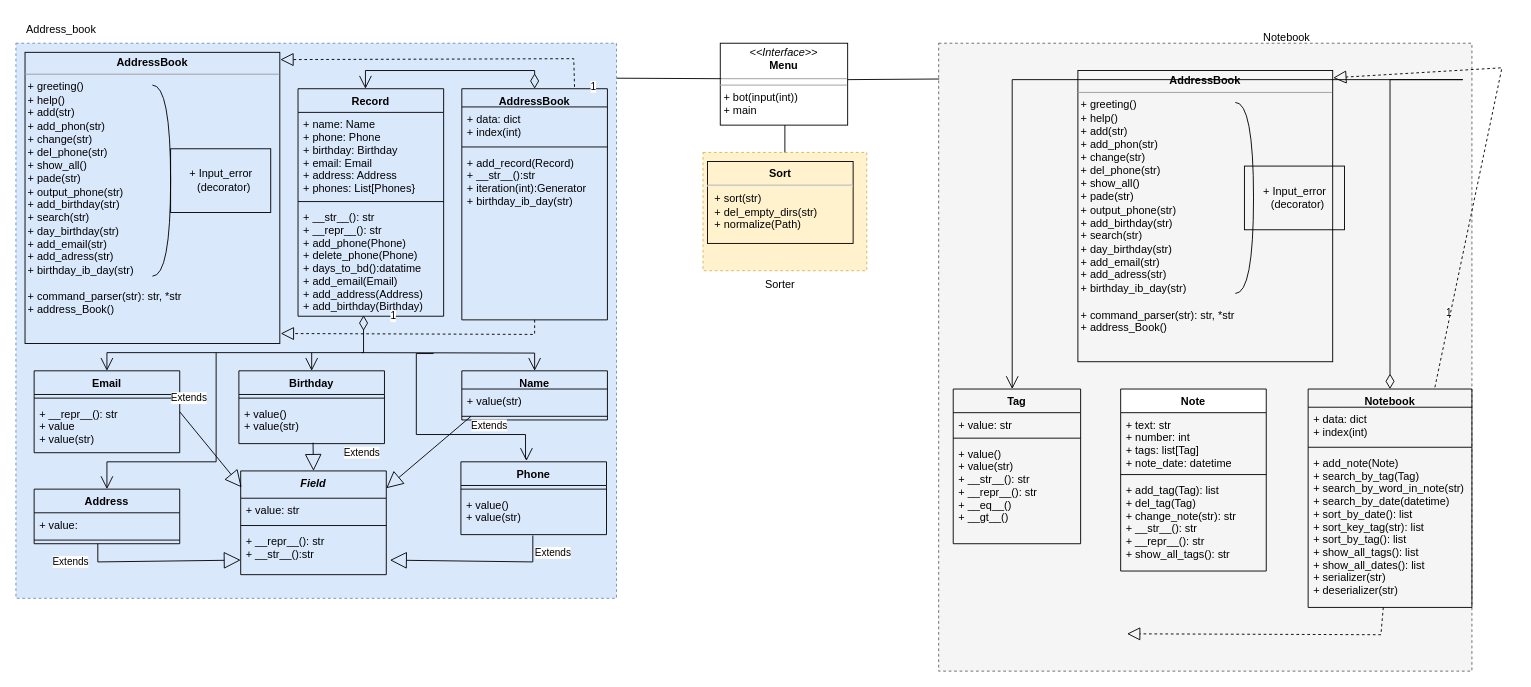
The draw.io diagram Диаграмма без названия.drawio in shevtania/Project, before the edit. Source tidied: cells renumbered, new cells numbered last; positions are measured from the earlier drawing's top-left corner, leaving out a move shared by most shapes. Both pictures are drawn from the tidied source at 91%, with x=0, y=0 at pixel (15, 15).
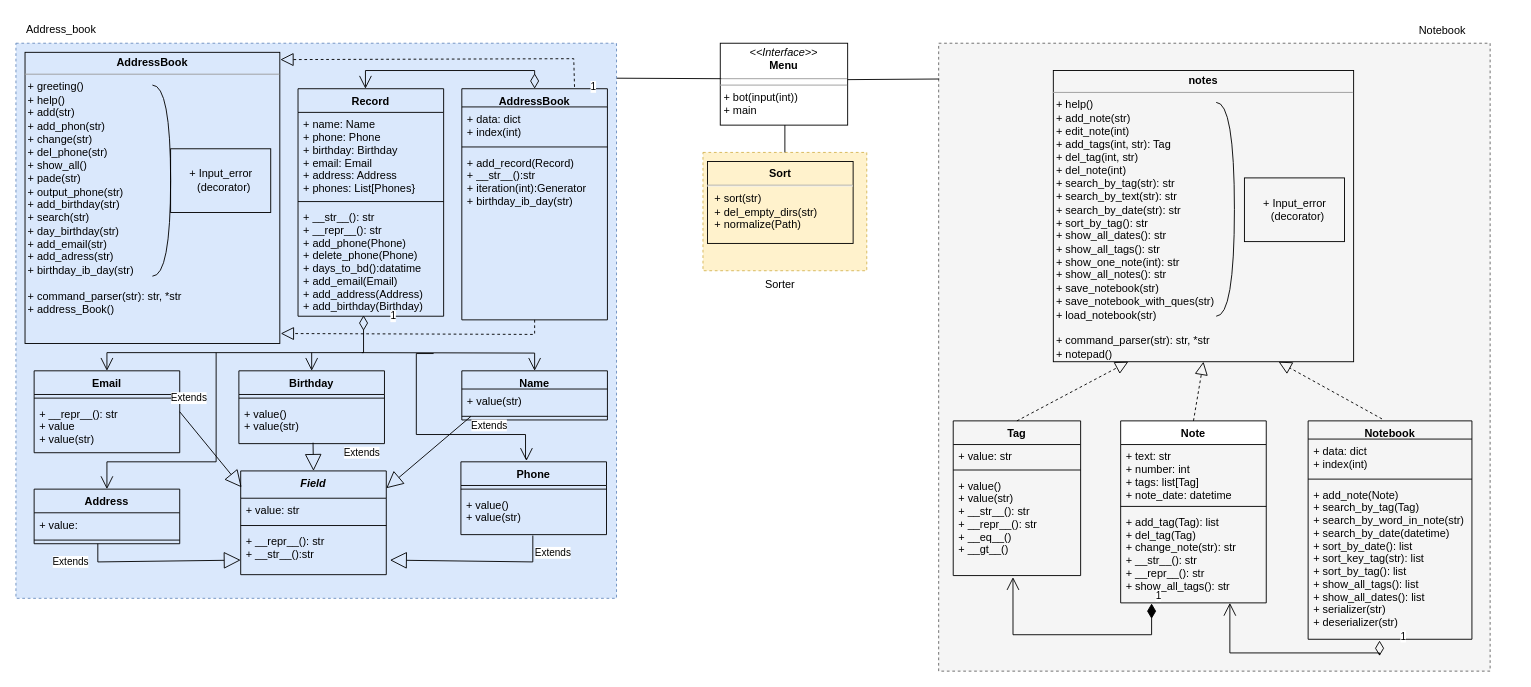
Above is the later version.

The change refers to these unchanged cells:
```xml
<mxCell id="60" value="+ value()&#10;+ value(str)&#10;+ __str__(): str&#10;+ __repr__(): str&#10;+ __eq__()&#10;+ __gt__()&#10;&#10;&#10;" style="text;strokeColor=none;fillColor=none;align=left;verticalAlign=top;spacingLeft=4;spacingRight=4;overflow=hidden;points=[[0,0.5],[1,0.5]];portConstraint=eastwest;" parent="57" vertex="1">
  <mxGeometry y="58" width="140" height="112" as="geometry" />
</mxCell>
<mxCell id="64" value="+ add_note(Note)&#10;+ search_by_tag(Tag)&#10;+ search_by_word_in_note(str)&#10;+ search_by_date(datetime)&#10;+ sort_by_date(): list&#10;+ sort_key_tag(str): list&#10;+ sort_by_tag(): list&#10;+ show_all_tags(): list&#10;+ show_all_dates(): list&#10;+ serializer(str)&#10;+ deserializer(str)&#10;" style="text;strokeColor=none;fillColor=none;align=left;verticalAlign=top;spacingLeft=4;spacingRight=4;overflow=hidden;points=[[0,0.5],[1,0.5]];portConstraint=eastwest;" parent="61" vertex="1">
  <mxGeometry y="68" width="180" height="172" as="geometry" />
</mxCell>
```

The edit, as a diff of the source:
```diff
@@
     <mxCell id="4" style="html=1;dashed=1;fillColor=#f5f5f5;fontColor=#333333;strokeColor=#666666;" parent="1" vertex="1">
-      <mxGeometry x="1014" y="30" width="586" height="690" as="geometry" />
+      <mxGeometry x="1014" y="30" width="606" height="690" as="geometry" />
     </mxCell>
@@
-    <mxCell id="54" value="&lt;p style=&quot;margin:0px;margin-top:4px;text-align:center;&quot;&gt;&lt;b&gt;AddressBook&lt;/b&gt;&lt;br&gt;&lt;/p&gt;&lt;hr size=&quot;1&quot;&gt;&lt;div&gt;&amp;nbsp;+ greeting()&lt;/div&gt;&lt;div&gt;&amp;nbsp;+ help()&lt;/div&gt;&lt;div&gt;&amp;nbsp;+ add(str)&lt;/div&gt;&lt;div&gt;&amp;nbsp;+ add_phon(str)&lt;/div&gt;&lt;div&gt;&amp;nbsp;+ change(str)&lt;/div&gt;&lt;div&gt;&amp;nbsp;+ del_phone(str)&lt;/div&gt;&lt;div&gt;&amp;nbsp;+ show_all()&lt;/div&gt;&lt;div&gt;&amp;nbsp;+ pade(str)&lt;/div&gt;&lt;div&gt;&amp;nbsp;+ output_phone(str)&lt;/div&gt;&lt;div&gt;&amp;nbsp;+ add_birthday(str)&lt;/div&gt;&lt;div&gt;&amp;nbsp;+ search(str)&lt;/div&gt;&lt;div&gt;&amp;nbsp;+ day_birthday(str)&lt;/div&gt;&lt;div&gt;&amp;nbsp;+ add_email(str)&lt;/div&gt;&lt;div&gt;&amp;nbsp;+ add_adress(str)&lt;/div&gt;&lt;div&gt;&amp;nbsp;+ birthday_ib_day(str)&lt;/div&gt;&lt;div&gt;&lt;br&gt;&lt;/div&gt;&lt;div&gt;&amp;nbsp;+ command_parser(str): str, *str&lt;/div&gt;&lt;div&gt;&amp;nbsp;+ address_Book()&lt;br&gt;&lt;/div&gt;&lt;div&gt;&lt;br&gt;&lt;/div&gt;&lt;div&gt;&lt;br&gt;&lt;/div&gt;" style="verticalAlign=top;align=left;overflow=fill;fontSize=12;fontFamily=Helvetica;html=1;fillColor=none;" parent="1" vertex="1">
-      <mxGeometry x="1167" y="60" width="280" height="320" as="geometry" />
+    <mxCell id="54" value="&lt;p style=&quot;margin:0px;margin-top:4px;text-align:center;&quot;&gt;&lt;b&gt;notes&lt;/b&gt;&lt;br&gt;&lt;/p&gt;&lt;hr size=&quot;1&quot;&gt;&lt;div&gt;&amp;nbsp;+ help()&lt;/div&gt;&lt;div&gt;&amp;nbsp;+ add_note(str)&lt;/div&gt;&lt;div&gt;&amp;nbsp;+ edit_note(int)&lt;br&gt;&lt;/div&gt;&lt;div&gt;&amp;nbsp;+ add_tags(int, str): Tag&lt;br&gt;&lt;/div&gt;&lt;div&gt;&amp;nbsp;+ del_tag(int, str)&lt;/div&gt;&lt;div&gt;&amp;nbsp;+ del_note(int)&lt;br&gt;&lt;/div&gt;&lt;div&gt;&amp;nbsp;+ search_by_tag(str): str&lt;br&gt;&lt;/div&gt;&lt;div&gt;&amp;nbsp;+ search_by_text(str): str&lt;br&gt;&lt;/div&gt;&lt;div&gt;&amp;nbsp;+ search_by_date(str): str&lt;br&gt;&lt;/div&gt;&lt;div&gt;&amp;nbsp;+ sort_by_tag(): str&lt;br&gt;&lt;/div&gt;&lt;div&gt;&amp;nbsp;+ show_all_dates(): str&lt;br&gt;&lt;/div&gt;&lt;div&gt;&amp;nbsp;+ show_all_tags(): str&lt;br&gt;&lt;/div&gt;&lt;div&gt;&amp;nbsp;+ show_one_note(int): str&lt;/div&gt;&lt;div&gt;&amp;nbsp;+ show_all_notes(): str&lt;br&gt;&lt;/div&gt;&lt;div&gt;&amp;nbsp;+ save_notebook(str)&lt;/div&gt;&lt;div&gt;&amp;nbsp;+ save_notebook_with_ques(str)&lt;/div&gt;&lt;div&gt;&amp;nbsp;+ load_notebook(str)&lt;/div&gt;&lt;div&gt;&lt;br&gt;&lt;/div&gt;&lt;div&gt;&amp;nbsp;+ command_parser(str): str, *str&lt;/div&gt;&lt;div&gt;&amp;nbsp;+ notepad()&lt;br&gt;&lt;/div&gt;&lt;div&gt;&lt;br&gt;&lt;/div&gt;&lt;div&gt;&lt;br&gt;&lt;/div&gt;" style="verticalAlign=top;align=left;overflow=fill;fontSize=12;fontFamily=Helvetica;html=1;fillColor=none;" parent="1" vertex="1">
+      <mxGeometry x="1140" y="60" width="330" height="320" as="geometry" />
     </mxCell>
     <mxCell id="55" value="&lt;div&gt;+ Input_error&lt;/div&gt;&lt;div&gt;&amp;nbsp; (decorator)&lt;/div&gt;" style="html=1;fillColor=none;" parent="1" vertex="1">
-      <mxGeometry x="1350" y="165" width="110" height="70" as="geometry" />
+      <mxGeometry x="1350" y="178" width="110" height="70" as="geometry" />
     </mxCell>
     <mxCell id="56" style="shape=requiredInterface;html=1;verticalLabelPosition=bottom;sketch=0;fillColor=none;" parent="1" vertex="1">
-      <mxGeometry x="1340" y="95" width="20" height="210" as="geometry" />
+      <mxGeometry x="1319" y="95" width="20" height="235" as="geometry" />
     </mxCell>
     <mxCell id="57" value="Tag" style="swimlane;fontStyle=1;align=center;verticalAlign=top;horizontal=1;startSize=26;fillColor=none;" parent="1" vertex="1">
-      <mxGeometry x="1030" y="410" width="140" height="170" as="geometry" />
+      <mxGeometry x="1030" y="445" width="140" height="170" as="geometry" />
     </mxCell>
@@
     <mxCell id="61" value="Notebook" style="swimlane;fontStyle=1;align=center;verticalAlign=top;horizontal=1;startSize=20;fillColor=none;" parent="1" vertex="1">
-      <mxGeometry x="1420" y="410" width="180" height="240" as="geometry" />
+      <mxGeometry x="1420" y="445" width="180" height="240" as="geometry" />
     </mxCell>
@@
-    <mxCell id="65" style="endArrow=block;dashed=1;endFill=0;endSize=12;html=1;rounded=0;strokeWidth=1;entryX=0.475;entryY=1.011;entryDx=0;entryDy=0;entryPerimeter=0;" parent="61" edge="1" source="64">
-      <mxGeometry relative="1" as="geometry">
-        <mxPoint x="-199" y="269" as="targetPoint" />
-        <Array as="points">
-          <mxPoint x="80" y="270" />
-        </Array>
-      </mxGeometry>
-    </mxCell>
-    <mxCell id="66" value="1" style="endArrow=open;html=1;endSize=12;startArrow=diamondThin;startSize=14;startFill=0;edgeStyle=orthogonalEdgeStyle;align=left;verticalAlign=bottom;rounded=0;exitX=0.5;exitY=0;exitDx=0;exitDy=0;entryX=0.463;entryY=0;entryDx=0;entryDy=0;entryPerimeter=0;" parent="1" edge="1" source="61" target="57">
-      <mxGeometry x="-0.84" y="-30" relative="1" as="geometry">
-        <Array as="points">
-          <mxPoint x="1590" y="70" />
-          <mxPoint x="1404" y="70" />
-        </Array>
-        <mxPoint x="30" y="25" as="offset" />
-      </mxGeometry>
-    </mxCell>
-    <mxCell id="67" style="endArrow=block;dashed=1;endFill=0;endSize=12;html=1;rounded=0;strokeWidth=1;entryX=1.002;entryY=0.025;entryDx=0;entryDy=0;entryPerimeter=0;exitX=0.774;exitY=-0.008;exitDx=0;exitDy=0;exitPerimeter=0;" parent="1" edge="1" source="61" target="54">
-      <mxGeometry relative="1" as="geometry">
-        <Array as="points">
-          <mxPoint x="1633" y="57" />
-        </Array>
-      </mxGeometry>
-    </mxCell>
     <mxCell id="68" value="Notebook" style="text;whiteSpace=wrap;html=1;" parent="1" vertex="1">
-      <mxGeometry x="1369" y="10" width="80" height="40" as="geometry" />
+      <mxGeometry x="1540" y="2" width="80" height="40" as="geometry" />
     </mxCell>
     <mxCell id="69" value="Note" style="swimlane;fontStyle=1;align=center;verticalAlign=top;horizontal=1;startSize=26;strokeColor=#000000;" parent="1" vertex="1">
-      <mxGeometry x="1214" y="410" width="160" height="200" as="geometry" />
+      <mxGeometry x="1214" y="445" width="160" height="200" as="geometry" />
     </mxCell>
@@
+    <mxCell id="67" style="endArrow=block;dashed=1;endFill=0;endSize=12;html=1;rounded=0;strokeWidth=1;exitX=0.451;exitY=-0.009;exitDx=0;exitDy=0;entryX=0.75;entryY=1;entryDx=0;entryDy=0;exitPerimeter=0;" parent="1" edge="1" source="61" target="54">
+      <mxGeometry relative="1" as="geometry" />
+    </mxCell>
+    <mxCell id="74" style="endArrow=block;dashed=1;endFill=0;endSize=12;html=1;rounded=0;strokeWidth=1;exitX=0.5;exitY=0;exitDx=0;exitDy=0;entryX=0.25;entryY=1;entryDx=0;entryDy=0;" parent="1" edge="1" source="57" target="54">
+      <mxGeometry relative="1" as="geometry" />
+    </mxCell>
+    <mxCell id="75" style="endArrow=block;dashed=1;endFill=0;endSize=12;html=1;rounded=0;strokeWidth=1;exitX=0.5;exitY=0;exitDx=0;exitDy=0;entryX=0.5;entryY=1;entryDx=0;entryDy=0;" parent="1" edge="1" source="69" target="54">
+      <mxGeometry relative="1" as="geometry" />
+    </mxCell>
+    <mxCell id="76" value="1" style="endArrow=open;html=1;endSize=12;startArrow=diamondThin;startSize=14;startFill=1;edgeStyle=orthogonalEdgeStyle;align=left;verticalAlign=bottom;rounded=0;strokeWidth=1;exitX=0.494;exitY=1.006;exitDx=0;exitDy=0;exitPerimeter=0;entryX=0.469;entryY=1.015;entryDx=0;entryDy=0;entryPerimeter=0;" parent="1" edge="1" target="60">
+      <mxGeometry x="-1" y="3" relative="1" as="geometry">
+        <mxPoint x="1248" y="645.6" as="sourcePoint" />
+        <Array as="points">
+          <mxPoint x="1248" y="680" />
+          <mxPoint x="1096" y="680" />
+        </Array>
+      </mxGeometry>
+    </mxCell>
+    <mxCell id="77" value="1" style="endArrow=open;html=1;endSize=12;startArrow=diamondThin;startSize=14;startFill=0;edgeStyle=orthogonalEdgeStyle;align=left;verticalAlign=bottom;rounded=0;strokeWidth=1;exitX=0.436;exitY=1.008;exitDx=0;exitDy=0;exitPerimeter=0;entryX=0.75;entryY=1;entryDx=0;entryDy=0;" parent="1" edge="1" source="64" target="69">
+      <mxGeometry x="-0.96" y="22" relative="1" as="geometry">
+        <Array as="points">
+          <mxPoint x="1498" y="700" />
+          <mxPoint x="1334" y="700" />
+        </Array>
+      </mxGeometry>
+    </mxCell>
```
